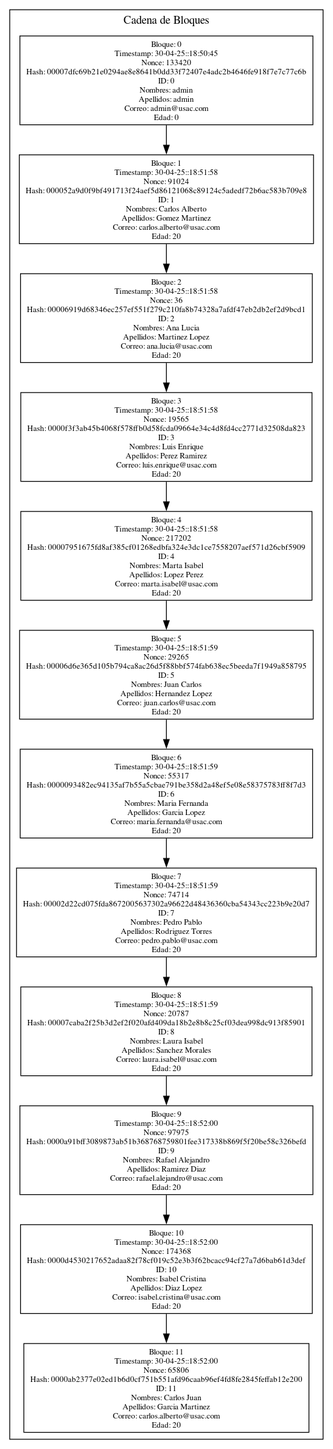
Before: Fase3/Reportes/Blockchain.png, a diagram exported from Graphviz (CarlosdelCidUSAC/EDD-1S2025_202300625). Its source is kept beside it as Fase3/reportedot/Blockchain.dot.
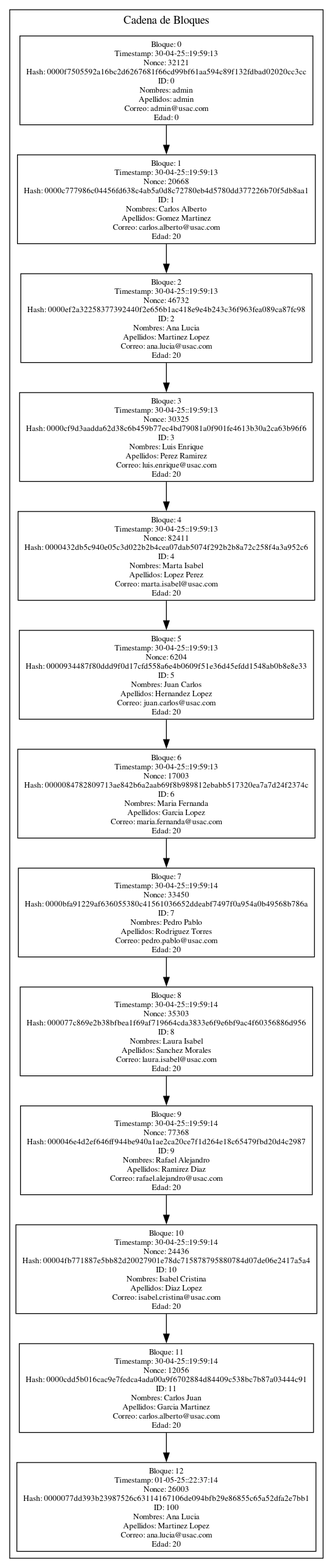
The same file after the commit.

Change to the diagram source:
```diff
@@ -3,28 +3,30 @@
   graph [rankdir=TB];
   subgraph cluster_0 {
     label="Cadena de Bloques";
-0 [label="Bloque: 0\nTimestamp: 30-04-25::18:50:45\nNonce: 133420\nHash: 00007dfc69b21e0294ae8e8641b0dd33f72407e4adc2b4646fe918f7e7c77c6b\nID: 0\nNombres: admin\nApellidos: admin\nCorreo: admin@usac.com\nEdad: 0"];
-1 [label="Bloque: 1\nTimestamp: 30-04-25::18:51:58\nNonce: 91024\nHash: 000052a9d0f9bf491713f24aef5d86121068c89124c5adedf72b6ac583b709e8\nID: 1\nNombres: Carlos Alberto\nApellidos: Gomez Martinez\nCorreo: carlos.alberto@usac.com\nEdad: 20"];
+0 [label="Bloque: 0\nTimestamp: 30-04-25::19:59:13\nNonce: 32121\nHash: 0000f7505592a16bc2d6267681f66cd99bf61aa594c89f132fdbad02020cc3cc\nID: 0\nNombres: admin\nApellidos: admin\nCorreo: admin@usac.com\nEdad: 0"];
+1 [label="Bloque: 1\nTimestamp: 30-04-25::19:59:13\nNonce: 20668\nHash: 0000c777986c04456fd638c4ab5a0d8c72780eb4d5780dd377226b70f5db8aa1\nID: 1\nNombres: Carlos Alberto\nApellidos: Gomez Martinez\nCorreo: carlos.alberto@usac.com\nEdad: 20"];
 0 -> 1;
-2 [label="Bloque: 2\nTimestamp: 30-04-25::18:51:58\nNonce: 36\nHash: 00006919d68346ec257ef551f279c210fa8b74328a7afdf47eb2db2ef2d9bcd1\nID: 2\nNombres: Ana Lucia\nApellidos: Martinez Lopez\nCorreo: ana.lucia@usac.com\nEdad: 20"];
+2 [label="Bloque: 2\nTimestamp: 30-04-25::19:59:13\nNonce: 46732\nHash: 0000ef2a32258377392440f2e656b1ac418e9e4b243c36f963fea089ca87fc98\nID: 2\nNombres: Ana Lucia\nApellidos: Martinez Lopez\nCorreo: ana.lucia@usac.com\nEdad: 20"];
 1 -> 2;
-3 [label="Bloque: 3\nTimestamp: 30-04-25::18:51:58\nNonce: 19565\nHash: 0000f3f3ab45b4068f578ffb0d58fcda09664e34c4d8fd4cc2771d32508da823\nID: 3\nNombres: Luis Enrique\nApellidos: Perez Ramirez\nCorreo: luis.enrique@usac.com\nEdad: 20"];
+3 [label="Bloque: 3\nTimestamp: 30-04-25::19:59:13\nNonce: 30325\nHash: 0000cf9d3aadda62d38c6b459b77ec4bd79081a0f901fe4613b30a2ca63b96f6\nID: 3\nNombres: Luis Enrique\nApellidos: Perez Ramirez\nCorreo: luis.enrique@usac.com\nEdad: 20"];
 2 -> 3;
-4 [label="Bloque: 4\nTimestamp: 30-04-25::18:51:58\nNonce: 217202\nHash: 00007951675fd8af385cf01268edbfa324e3dc1ce7558207aef571d26cbf5909\nID: 4\nNombres: Marta Isabel\nApellidos: Lopez Perez\nCorreo: marta.isabel@usac.com\nEdad: 20"];
+4 [label="Bloque: 4\nTimestamp: 30-04-25::19:59:13\nNonce: 82411\nHash: 0000432db5c940e05c3d022b2b4cea07dab5074f292b2b8a72c258f4a3a952c6\nID: 4\nNombres: Marta Isabel\nApellidos: Lopez Perez\nCorreo: marta.isabel@usac.com\nEdad: 20"];
 3 -> 4;
-5 [label="Bloque: 5\nTimestamp: 30-04-25::18:51:59\nNonce: 29265\nHash: 00006d6e365d105b794ca8ac26d5f88bbf574fab638ec5beeda7f1949a858795\nID: 5\nNombres: Juan Carlos\nApellidos: Hernandez Lopez\nCorreo: juan.carlos@usac.com\nEdad: 20"];
+5 [label="Bloque: 5\nTimestamp: 30-04-25::19:59:13\nNonce: 6204\nHash: 0000934487f80ddd9f0d17cfd558a6e4b0609f51e36d45efdd1548ab0b8e8e33\nID: 5\nNombres: Juan Carlos\nApellidos: Hernandez Lopez\nCorreo: juan.carlos@usac.com\nEdad: 20"];
 4 -> 5;
-6 [label="Bloque: 6\nTimestamp: 30-04-25::18:51:59\nNonce: 55317\nHash: 0000093482ec94135af7b55a5cbae791be358d2a48ef5e08e58375783ff8f7d3\nID: 6\nNombres: Maria Fernanda\nApellidos: Garcia Lopez\nCorreo: maria.fernanda@usac.com\nEdad: 20"];
+6 [label="Bloque: 6\nTimestamp: 30-04-25::19:59:13\nNonce: 17003\nHash: 0000084782809713ae842b6a2aab69f8b989812ebabb517320ea7a7d24f2374c\nID: 6\nNombres: Maria Fernanda\nApellidos: Garcia Lopez\nCorreo: maria.fernanda@usac.com\nEdad: 20"];
 5 -> 6;
-7 [label="Bloque: 7\nTimestamp: 30-04-25::18:51:59\nNonce: 74714\nHash: 00002d22cd075fda8672005637302a96622d48436360cba54343cc223b9e20d7\nID: 7\nNombres: Pedro Pablo\nApellidos: Rodriguez Torres\nCorreo: pedro.pablo@usac.com\nEdad: 20"];
+7 [label="Bloque: 7\nTimestamp: 30-04-25::19:59:14\nNonce: 33450\nHash: 0000bfa91229af636055380c41561036652ddeabf7497f0a954a0b49568b786a\nID: 7\nNombres: Pedro Pablo\nApellidos: Rodriguez Torres\nCorreo: pedro.pablo@usac.com\nEdad: 20"];
 6 -> 7;
-8 [label="Bloque: 8\nTimestamp: 30-04-25::18:51:59\nNonce: 20787\nHash: 00007caba2f25b3d2ef2f020afd409da18b2e8b8c25cf03dea998dc913f85901\nID: 8\nNombres: Laura Isabel\nApellidos: Sanchez Morales\nCorreo: laura.isabel@usac.com\nEdad: 20"];
+8 [label="Bloque: 8\nTimestamp: 30-04-25::19:59:14\nNonce: 35303\nHash: 000077c869e2b38bfbea1f69af719664cda3833e6f9e6bf9ac4f60356886d956\nID: 8\nNombres: Laura Isabel\nApellidos: Sanchez Morales\nCorreo: laura.isabel@usac.com\nEdad: 20"];
 7 -> 8;
-9 [label="Bloque: 9\nTimestamp: 30-04-25::18:52:00\nNonce: 97975\nHash: 0000a91bff3089873ab51b368768759801fee317338b869f5f20be58c326befd\nID: 9\nNombres: Rafael Alejandro\nApellidos: Ramirez Diaz\nCorreo: rafael.alejandro@usac.com\nEdad: 20"];
+9 [label="Bloque: 9\nTimestamp: 30-04-25::19:59:14\nNonce: 77368\nHash: 000046e4d2ef646ff944be940a1ae2ca20ce7f1d264e18c65479fbd20d4c2987\nID: 9\nNombres: Rafael Alejandro\nApellidos: Ramirez Diaz\nCorreo: rafael.alejandro@usac.com\nEdad: 20"];
 8 -> 9;
-10 [label="Bloque: 10\nTimestamp: 30-04-25::18:52:00\nNonce: 174368\nHash: 0000d4530217652adaa82f78cf019c52e3b3f62bcacc94cf27a7d6bab61d3def\nID: 10\nNombres: Isabel Cristina\nApellidos: Diaz Lopez\nCorreo: isabel.cristina@usac.com\nEdad: 20"];
+10 [label="Bloque: 10\nTimestamp: 30-04-25::19:59:14\nNonce: 24436\nHash: 00004fb771887e5bb82d20027901e78dc715878795880784d07de06e2417a5a4\nID: 10\nNombres: Isabel Cristina\nApellidos: Diaz Lopez\nCorreo: isabel.cristina@usac.com\nEdad: 20"];
 9 -> 10;
-11 [label="Bloque: 11\nTimestamp: 30-04-25::18:52:00\nNonce: 65806\nHash: 0000ab2377e02ed1b6d0cf751b551afd96caab96ef4fd8fe2845feffab12e200\nID: 11\nNombres: Carlos Juan\nApellidos: Garcia Martinez\nCorreo: carlos.alberto@usac.com\nEdad: 20"];
+11 [label="Bloque: 11\nTimestamp: 30-04-25::19:59:14\nNonce: 12056\nHash: 0000cdd5b016cac9e7fedca4ada00a9f6702884d84409c538bc7b87a03444c91\nID: 11\nNombres: Carlos Juan\nApellidos: Garcia Martinez\nCorreo: carlos.alberto@usac.com\nEdad: 20"];
 10 -> 11;
+12 [label="Bloque: 12\nTimestamp: 01-05-25::22:37:14\nNonce: 26003\nHash: 0000077dd393b23987526c63114167106de094bfb29e86855c65a52dfa2e7bb1\nID: 100\nNombres: Ana Lucia\nApellidos: Martinez Lopez\nCorreo: ana.lucia@usac.com\nEdad: 20"];
+11 -> 12;
 }
 }
```
